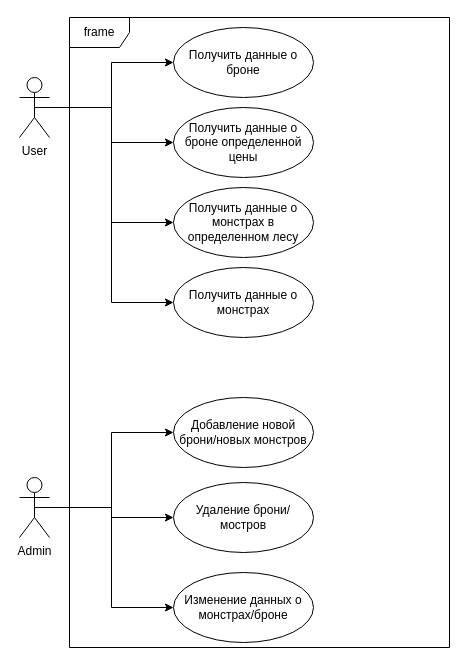
This is Images/UML Diagram.drawio from Pavel7811/GameGuideMHW, a draw.io file, before an edit. Source tidied: cells renumbered, new cells numbered last; positions are measured from the earlier drawing's top-left corner, leaving out a move shared by most shapes. Both pictures are drawn from the tidied source at 100%, with x=0, y=0 at pixel (19, 17).
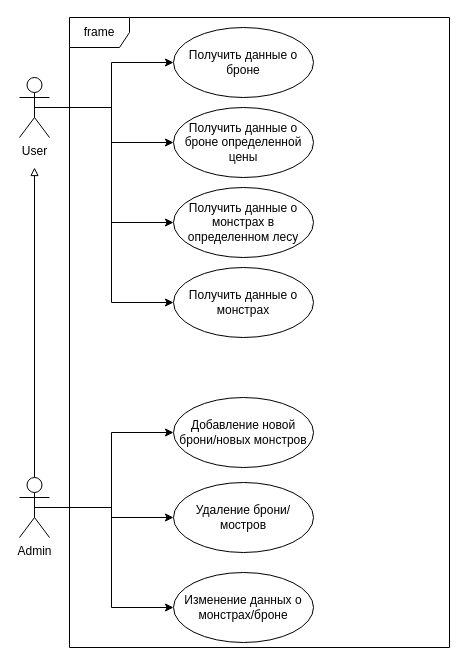
Above is the later version.

The change refers to these unchanged cells:
```xml
<mxCell id="5" value="Admin" style="shape=umlActor;verticalLabelPosition=bottom;verticalAlign=top;html=1;" parent="1" vertex="1">
  <mxGeometry y="460" width="30" height="60" as="geometry" />
</mxCell>
```

The edit, as a diff of the source:
```diff
@@
+    <mxCell id="19" style="edgeStyle=orthogonalEdgeStyle;rounded=0;jettySize=auto;html=1;endArrow=block;endFill=0;" parent="1" edge="1" source="5">
+      <mxGeometry relative="1" as="geometry">
+        <mxPoint x="15" y="150" as="targetPoint" />
+      </mxGeometry>
+    </mxCell>
```
